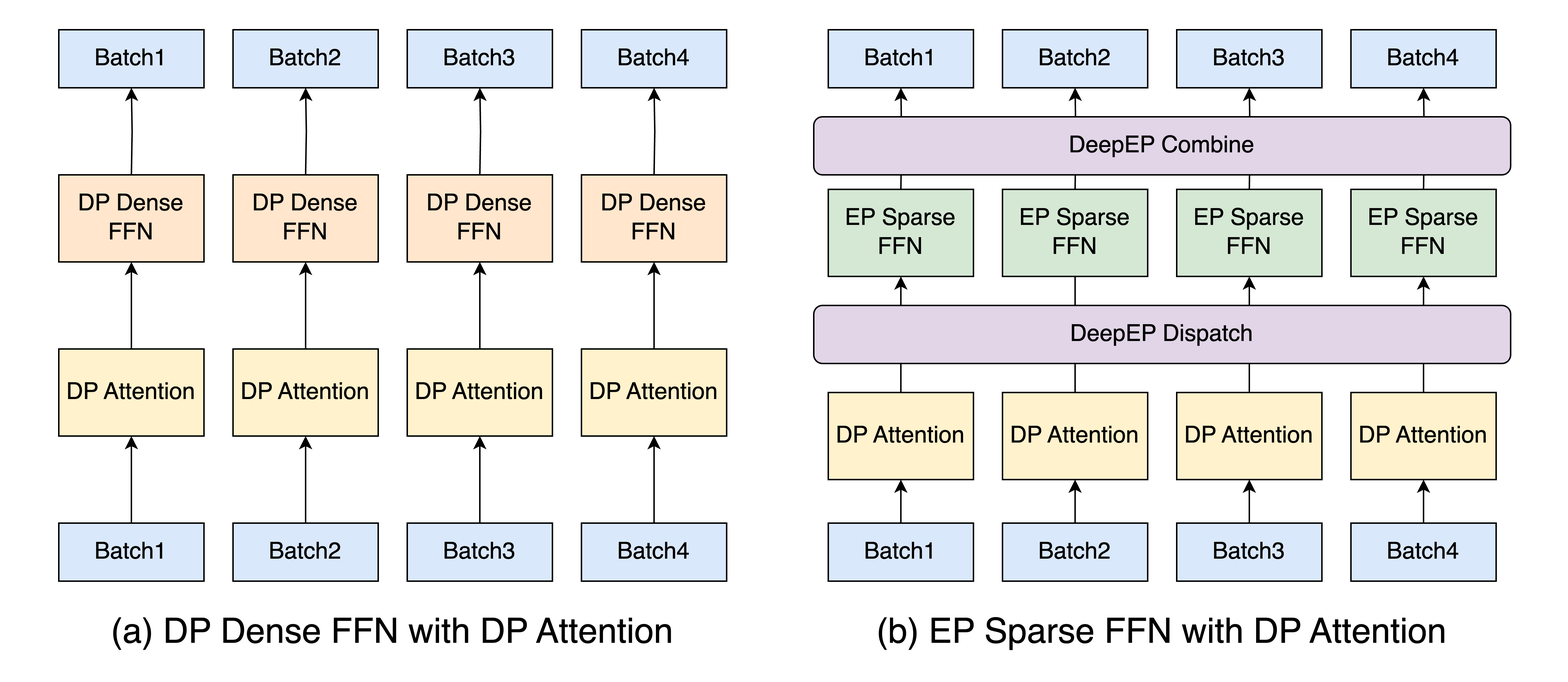
Earlier version of the draw.io export public/images/blog/large_scale_ep/parallel-design.png (lm-sys/lm-sys.github.io). Source tidied: cells renumbered, new cells last; positions are measured from the earlier drawing's top-left corner, leaving out a move shared by most shapes.
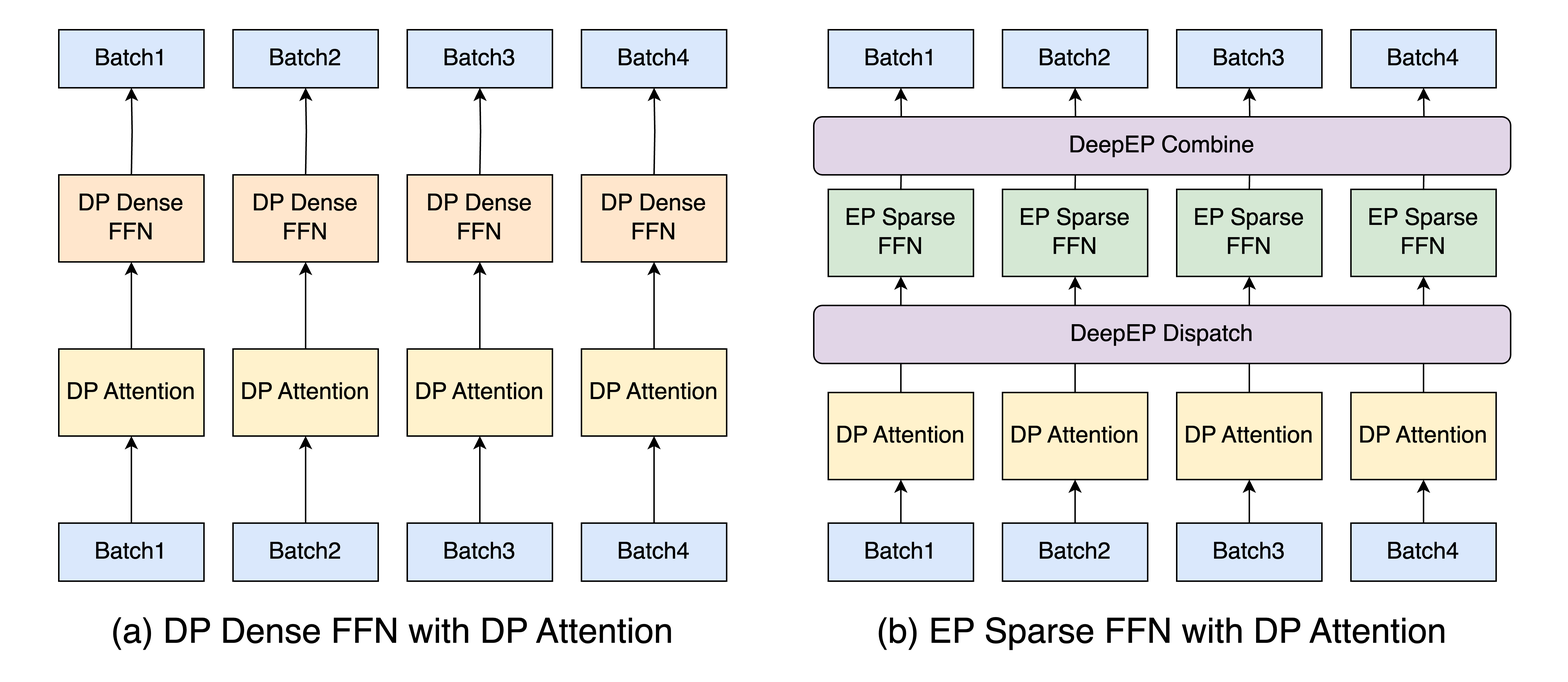
Later version of the same file.

The edit, as a diff of the source:
```diff
@@ -121,10 +121,8 @@
     <mxCell id="38" value="DP Attention" style="rounded=0;whiteSpace=wrap;html=1;fontSize=16;fillColor=#fff2cc;strokeColor=#000000;" parent="1" vertex="1">
       <mxGeometry x="570" y="270" width="100" height="60" as="geometry" />
     </mxCell>
-    <mxCell id="39" style="edgeStyle=orthogonalEdgeStyle;rounded=0;jettySize=auto;html=1;exitX=0.5;exitY=0;exitDx=0;exitDy=0;entryX=0.5;entryY=1;entryDx=0;entryDy=0;" parent="1" edge="1" source="40">
-      <mxGeometry relative="1" as="geometry">
-        <mxPoint x="740" y="180" as="targetPoint" />
-      </mxGeometry>
+    <mxCell id="39" style="edgeStyle=orthogonalEdgeStyle;rounded=0;jettySize=auto;html=1;exitX=0.5;exitY=0;exitDx=0;exitDy=0;entryX=0.5;entryY=1;entryDx=0;entryDy=0;entryPerimeter=0;" parent="1" edge="1" source="40" target="56">
+      <mxGeometry relative="1" as="geometry" />
     </mxCell>
     <mxCell id="40" value="DP Attention" style="rounded=0;whiteSpace=wrap;html=1;fontSize=16;fillColor=#fff2cc;strokeColor=#000000;" parent="1" vertex="1">
       <mxGeometry x="690" y="270" width="100" height="60" as="geometry" />
```
